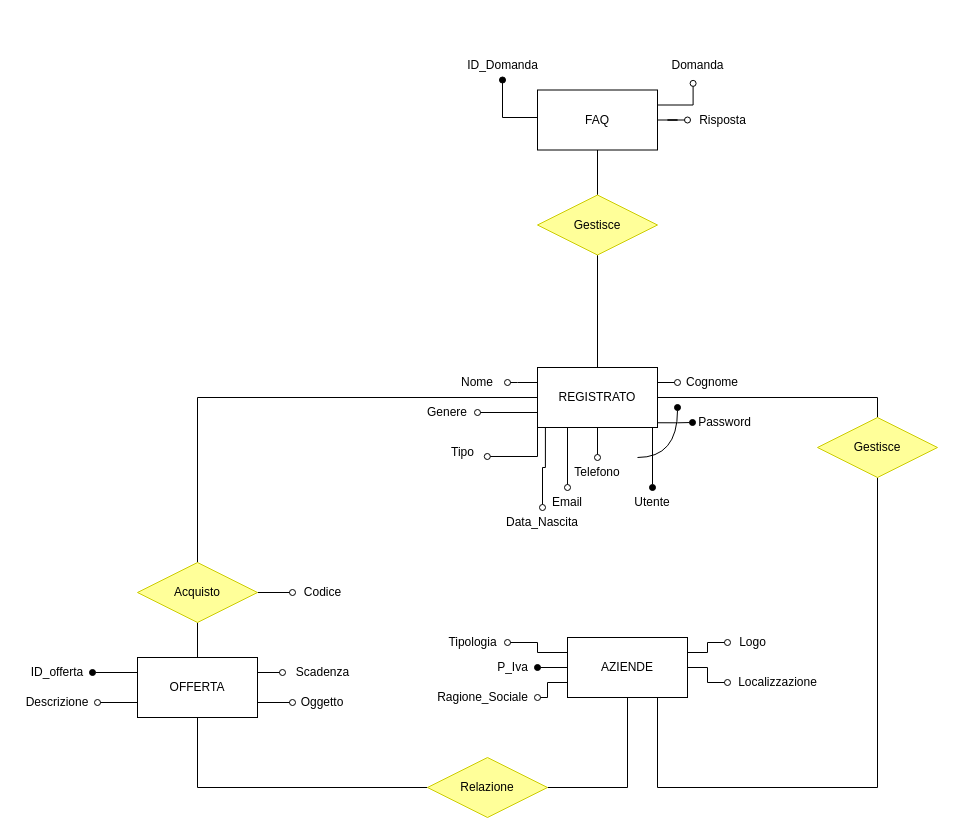
Before: page "DB_Modificato" (2 of 2) of Schema_DB/DB_Progetto.drawio in MatteoSeresi/ProgettoWeb16, a draw.io diagram. Source tidied: cells renumbered, new cells numbered last; positions are measured from the earlier drawing's top-left corner, leaving out a move shared by most shapes. Both pictures are drawn from the tidied source at 100%, with x=0, y=0 at pixel (17, 49).
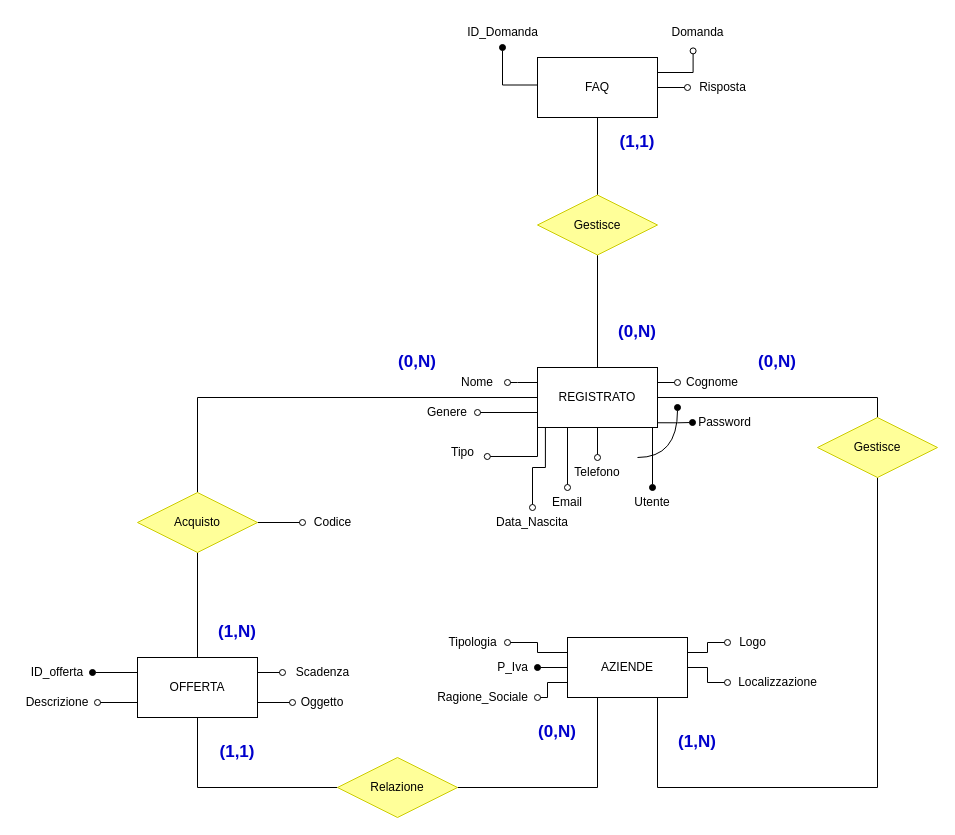
The same page after the edit.

The change refers to these unchanged cells:
```xml
<mxCell id="42" value="AZIENDE" style="rounded=0;whiteSpace=wrap;html=1;" parent="1" vertex="1">
  <mxGeometry x="550" y="588" width="120" height="60" as="geometry" />
</mxCell>
```

Diff of the diagram source:
```diff
@@
     <mxCell id="16" value="Data_Nascita" style="text;html=1;strokeColor=none;fillColor=none;align=center;verticalAlign=middle;whiteSpace=wrap;rounded=0;" parent="1" vertex="1">
-      <mxGeometry x="480" y="458" width="90" height="30" as="geometry" />
+      <mxGeometry x="470" y="458" width="90" height="30" as="geometry" />
     </mxCell>
@@
     <mxCell id="35" value="Acquisto" style="shape=rhombus;perimeter=rhombusPerimeter;whiteSpace=wrap;html=1;align=center;strokeColor=#CCCC00;fillColor=#FFFF99;" parent="1" vertex="1">
-      <mxGeometry x="120" y="513" width="120" height="60" as="geometry" />
+      <mxGeometry x="120" y="443" width="120" height="60" as="geometry" />
     </mxCell>
     <mxCell id="36" value="Codice" style="text;html=1;align=center;verticalAlign=middle;points=[];strokeColor=none;fillColor=none;" parent="1" vertex="1">
-      <mxGeometry x="275" y="528" width="60" height="30" as="geometry" />
+      <mxGeometry x="285" y="458" width="60" height="30" as="geometry" />
     </mxCell>
@@
-    <mxCell id="48" style="edgeStyle=orthogonalEdgeStyle;rounded=0;jettySize=auto;html=1;exitX=1;exitY=0.5;exitDx=0;exitDy=0;entryX=0.5;entryY=1;entryDx=0;entryDy=0;endArrow=none;endFill=0;" parent="1" edge="1" source="49" target="42">
-      <mxGeometry relative="1" as="geometry" />
+    <mxCell id="48" style="edgeStyle=orthogonalEdgeStyle;rounded=0;jettySize=auto;html=1;exitX=1;exitY=0.5;exitDx=0;exitDy=0;endArrow=none;endFill=0;" parent="1" edge="1" source="49">
+      <mxGeometry relative="1" as="geometry">
+        <mxPoint x="580" y="648" as="targetPoint" />
+        <Array as="points">
+          <mxPoint x="580" y="738" />
+          <mxPoint x="580" y="648" />
+        </Array>
+      </mxGeometry>
     </mxCell>
     <mxCell id="49" value="Relazione" style="shape=rhombus;perimeter=rhombusPerimeter;whiteSpace=wrap;html=1;align=center;strokeColor=#CCCC00;fillColor=#FFFF99;" parent="1" vertex="1">
-      <mxGeometry x="410" y="708" width="120" height="60" as="geometry" />
+      <mxGeometry x="320" y="708" width="120" height="60" as="geometry" />
     </mxCell>
@@
     <mxCell id="52" style="edgeStyle=orthogonalEdgeStyle;rounded=0;jettySize=auto;html=1;exitX=0;exitY=0.25;exitDx=0;exitDy=0;endArrow=oval;endFill=1;" parent="1" edge="1" source="55" target="61">
       <mxGeometry relative="1" as="geometry">
         <Array as="points">
-          <mxPoint x="520" y="68" />
-          <mxPoint x="485" y="68" />
+          <mxPoint x="520" y="35.5" />
+          <mxPoint x="485" y="35.5" />
         </Array>
       </mxGeometry>
     </mxCell>
@@
     <mxCell id="55" value="FAQ" style="whiteSpace=wrap;html=1;" parent="1" vertex="1">
-      <mxGeometry x="520" y="40.5" width="120" height="60" as="geometry" />
+      <mxGeometry x="520" y="8" width="120" height="60" as="geometry" />
     </mxCell>
@@
     <mxCell id="59" value="Domanda" style="text;html=1;align=center;verticalAlign=middle;points=[];strokeColor=none;fillColor=none;" parent="1" vertex="1">
-      <mxGeometry x="640" y="0.5" width="80" height="30" as="geometry" />
+      <mxGeometry x="640" y="-32" width="80" height="30" as="geometry" />
     </mxCell>
     <mxCell id="60" value="Risposta" style="text;html=1;align=center;verticalAlign=middle;points=[];strokeColor=none;fillColor=none;" parent="1" vertex="1">
-      <mxGeometry x="670" y="55.5" width="70" height="30" as="geometry" />
+      <mxGeometry x="670" y="23" width="70" height="30" as="geometry" />
     </mxCell>
     <mxCell id="61" value="ID_Domanda" style="text;html=1;align=center;verticalAlign=middle;points=[];strokeColor=none;fillColor=none;" parent="1" vertex="1">
-      <mxGeometry x="440" y="0.5" width="90" height="30" as="geometry" />
+      <mxGeometry x="440" y="-32" width="90" height="30" as="geometry" />
     </mxCell>
@@
+    <mxCell id="63" value="(1,N)" style="text;html=1;strokeColor=none;fillColor=none;align=center;verticalAlign=middle;whiteSpace=wrap;rounded=0;fontColor=#0000CC;fontSize=17;fontStyle=1;" parent="1" vertex="1">
+      <mxGeometry x="190" y="568" width="60" height="30" as="geometry" />
+    </mxCell>
+    <mxCell id="64" value="(0,N)" style="text;html=1;strokeColor=none;fillColor=none;align=center;verticalAlign=middle;whiteSpace=wrap;rounded=0;fontColor=#0000CC;fontSize=17;fontStyle=1;" parent="1" vertex="1">
+      <mxGeometry x="370" y="298" width="60" height="30" as="geometry" />
+    </mxCell>
+    <mxCell id="65" value="(0,N)" style="text;html=1;strokeColor=none;fillColor=none;align=center;verticalAlign=middle;whiteSpace=wrap;rounded=0;fontColor=#0000CC;fontSize=17;fontStyle=1;" parent="1" vertex="1">
+      <mxGeometry x="730" y="298" width="60" height="30" as="geometry" />
+    </mxCell>
+    <mxCell id="66" value="(1,N)" style="text;html=1;strokeColor=none;fillColor=none;align=center;verticalAlign=middle;whiteSpace=wrap;rounded=0;fontColor=#0000CC;fontSize=17;fontStyle=1;" parent="1" vertex="1">
+      <mxGeometry x="650" y="678" width="60" height="30" as="geometry" />
+    </mxCell>
+    <mxCell id="67" value="(0,N)" style="text;html=1;strokeColor=none;fillColor=none;align=center;verticalAlign=middle;whiteSpace=wrap;rounded=0;fontColor=#0000CC;fontSize=17;fontStyle=1;" parent="1" vertex="1">
+      <mxGeometry x="510" y="668" width="60" height="30" as="geometry" />
+    </mxCell>
+    <mxCell id="68" value="(1,1)" style="text;html=1;strokeColor=none;fillColor=none;align=center;verticalAlign=middle;whiteSpace=wrap;rounded=0;fontColor=#0000CC;fontSize=17;fontStyle=1;" parent="1" vertex="1">
+      <mxGeometry x="190" y="688" width="60" height="30" as="geometry" />
+    </mxCell>
+    <mxCell id="69" value="(0,N)" style="text;html=1;strokeColor=none;fillColor=none;align=center;verticalAlign=middle;whiteSpace=wrap;rounded=0;fontColor=#0000CC;fontSize=17;fontStyle=1;" parent="1" vertex="1">
+      <mxGeometry x="590" y="268" width="60" height="30" as="geometry" />
+    </mxCell>
+    <mxCell id="70" value="(1,1)" style="text;html=1;strokeColor=none;fillColor=none;align=center;verticalAlign=middle;whiteSpace=wrap;rounded=0;fontColor=#0000CC;fontSize=17;fontStyle=1;" parent="1" vertex="1">
+      <mxGeometry x="590" y="78" width="60" height="30" as="geometry" />
+    </mxCell>
```
